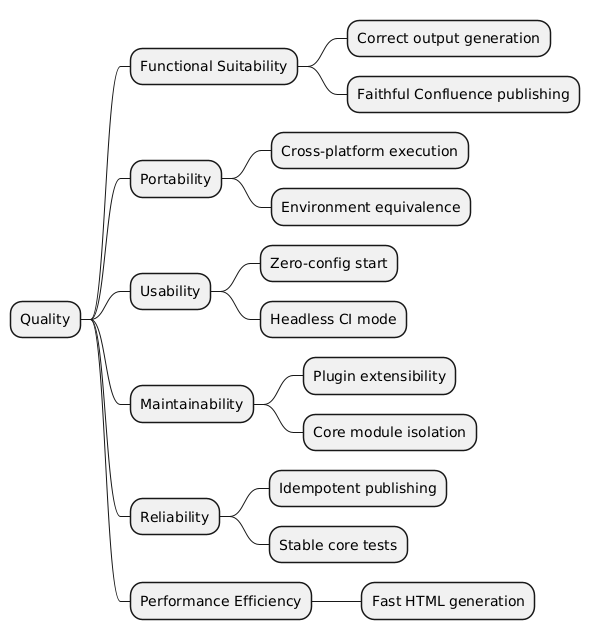
Earlier version of the PlantUML export v4.0.x/images/quality-tree.png (docToolchain/docToolchain). Its diagram source:
```plantuml
@startmindmap
* Quality
** Functional Suitability
*** Correct output generation
*** Faithful Confluence publishing
** Portability
*** Cross-platform execution
*** Environment equivalence
** Usability
*** Zero-config start
*** Headless CI mode
** Maintainability
*** Plugin extensibility
*** Core module isolation
** Reliability
*** Idempotent publishing
*** Stable core tests
** Performance Efficiency
*** Fast HTML generation
@endmindmap
```
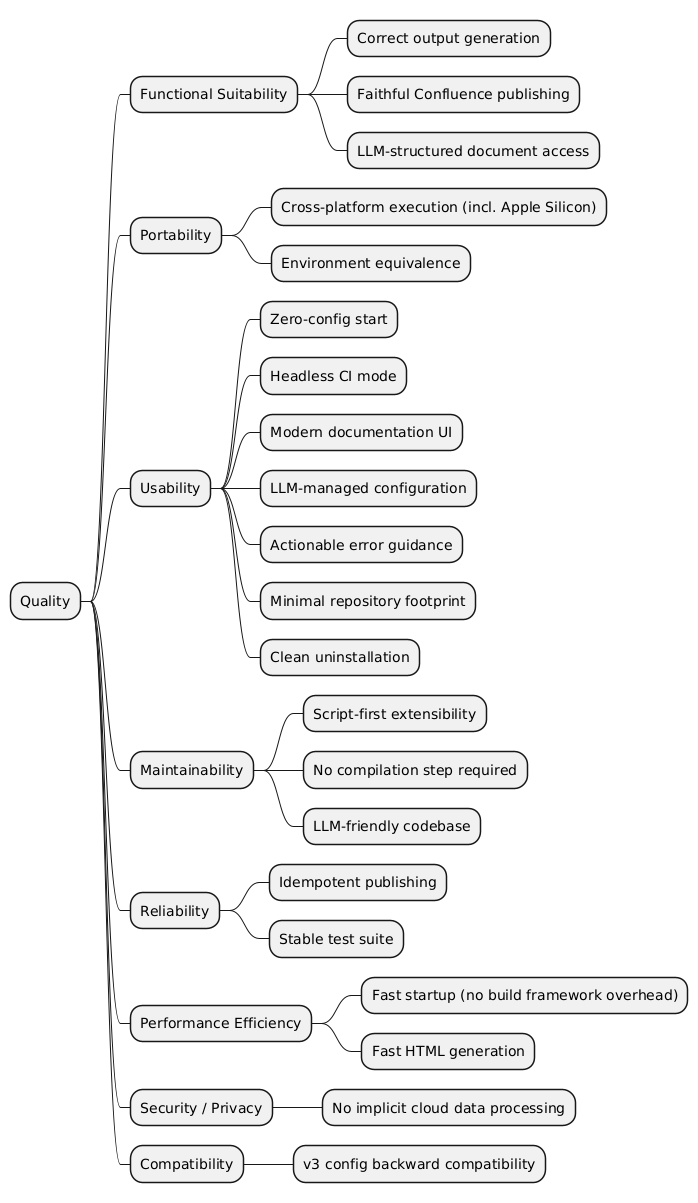
Above is the later version.

The edit, as a diff of the source:
```diff
@@ -3,18 +3,30 @@
 ** Functional Suitability
 *** Correct output generation
 *** Faithful Confluence publishing
+*** LLM-structured document access
 ** Portability
-*** Cross-platform execution
+*** Cross-platform execution (incl. Apple Silicon)
 *** Environment equivalence
 ** Usability
 *** Zero-config start
 *** Headless CI mode
+*** Modern documentation UI
+*** LLM-managed configuration
+*** Actionable error guidance
+*** Minimal repository footprint
+*** Clean uninstallation
 ** Maintainability
-*** Plugin extensibility
-*** Core module isolation
+*** Script-first extensibility
+*** No compilation step required
+*** LLM-friendly codebase
 ** Reliability
 *** Idempotent publishing
-*** Stable core tests
+*** Stable test suite
 ** Performance Efficiency
+*** Fast startup (no build framework overhead)
 *** Fast HTML generation
+** Security / Privacy
+*** No implicit cloud data processing
+** Compatibility
+*** v3 config backward compatibility
 @endmindmap
```
